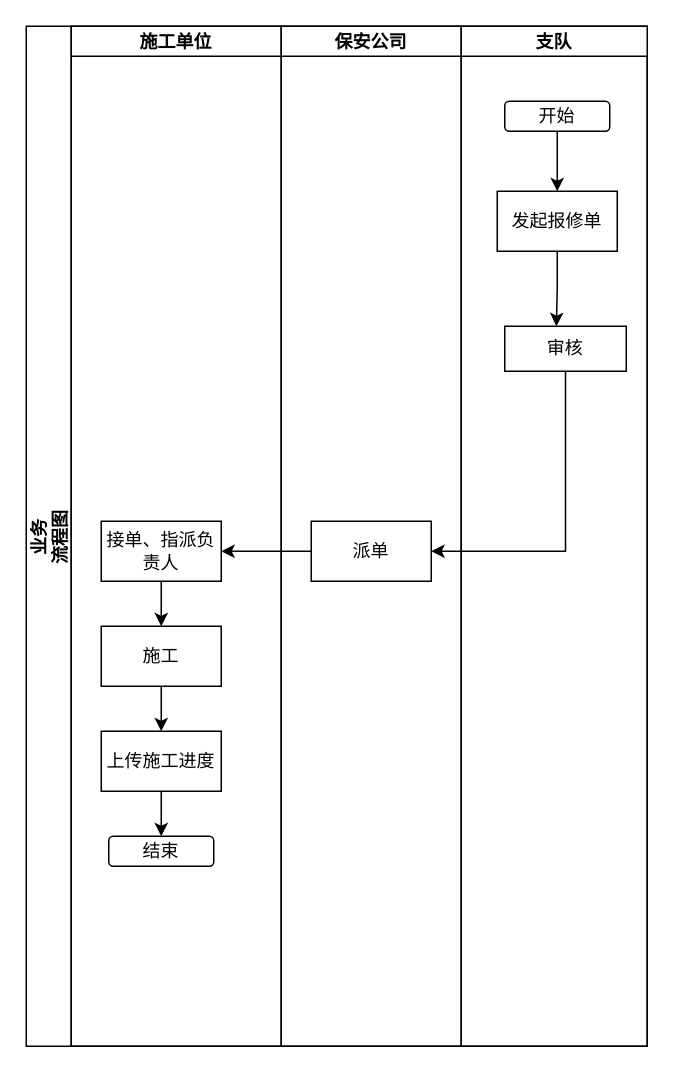
Before: 未命名绘图4444.drawio in huyongchao98/dapp, a draw.io diagram. Source tidied: cells renumbered, new cells numbered last; positions are measured from the earlier drawing's top-left corner, leaving out a move shared by most shapes. Both pictures are drawn from the tidied source at 150%, with x=0, y=0 at pixel (26, 26).
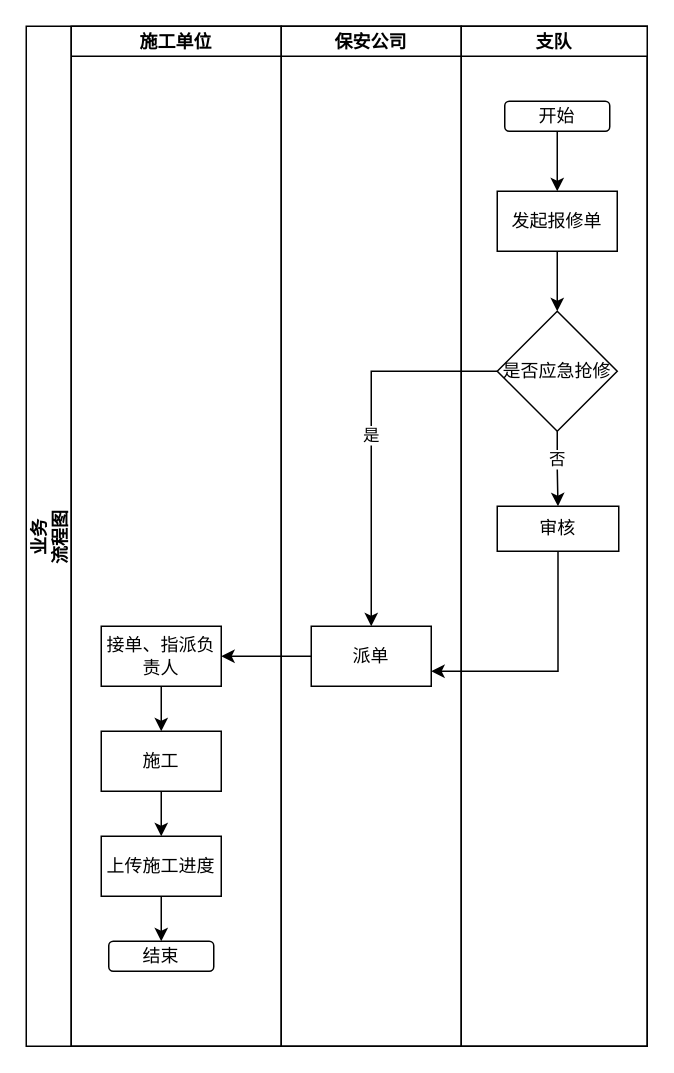
Above is the later version.

Commit message:
更新未命名绘图4444.drawio

Unchanged cells that the change refers to:
```xml
<mxCell id="2" value="业务&#10;流程图" style="swimlane;startSize=30;horizontal=0;" parent="1" vertex="1">
  <mxGeometry width="414" height="680" as="geometry" />
</mxCell>
<mxCell id="3" value="施工单位" style="swimlane;startSize=20;" parent="2" vertex="1">
  <mxGeometry x="30" width="140" height="680" as="geometry" />
</mxCell>
<mxCell id="11" value="保安公司" style="swimlane;startSize=20;" parent="2" vertex="1">
  <mxGeometry x="170" width="120" height="680" as="geometry" />
</mxCell>
<mxCell id="13" value="支队" style="swimlane;startSize=20;" parent="2" vertex="1">
  <mxGeometry x="290" width="124" height="680" as="geometry" />
</mxCell>
<mxCell id="14" value="发起报修单" style="rounded=0;whiteSpace=wrap;html=1;" parent="13" vertex="1">
  <mxGeometry x="24" y="110" width="80" height="40" as="geometry" />
</mxCell>
```

Change to the diagram source:
```diff
@@
     <mxCell id="5" value="接单、指派负责人" style="rounded=0;whiteSpace=wrap;html=1;" parent="3" vertex="1">
-      <mxGeometry x="20" y="330" width="80" height="40" as="geometry" />
+      <mxGeometry x="20" y="400" width="80" height="40" as="geometry" />
     </mxCell>
@@
     <mxCell id="7" value="施工" style="rounded=0;whiteSpace=wrap;html=1;" parent="3" vertex="1">
-      <mxGeometry x="20" y="400" width="80" height="40" as="geometry" />
+      <mxGeometry x="20" y="470" width="80" height="40" as="geometry" />
     </mxCell>
@@
     <mxCell id="9" value="上传施工进度" style="rounded=0;whiteSpace=wrap;html=1;" parent="3" vertex="1">
-      <mxGeometry x="20" y="470" width="80" height="40" as="geometry" />
+      <mxGeometry x="20" y="540" width="80" height="40" as="geometry" />
     </mxCell>
     <mxCell id="10" value="结束" style="rounded=1;whiteSpace=wrap;html=1;" parent="3" vertex="1">
-      <mxGeometry x="25" y="540" width="70" height="20" as="geometry" />
+      <mxGeometry x="25" y="610" width="70" height="20" as="geometry" />
     </mxCell>
+    <mxCell id="19" style="edgeStyle=orthogonalEdgeStyle;rounded=0;jettySize=auto;html=1;entryX=1;entryY=0.5;entryDx=0;entryDy=0;" parent="2" edge="1" source="12" target="5">
+      <mxGeometry relative="1" as="geometry" />
+    </mxCell>
@@
     <mxCell id="12" value="派单" style="rounded=0;whiteSpace=wrap;html=1;" parent="11" vertex="1">
-      <mxGeometry x="20" y="330" width="80" height="40" as="geometry" />
+      <mxGeometry x="20" y="400" width="80" height="40" as="geometry" />
     </mxCell>
@@
+    <mxCell id="18" style="edgeStyle=orthogonalEdgeStyle;rounded=0;jettySize=auto;html=1;exitX=0.5;exitY=1;exitDx=0;exitDy=0;entryX=0.5;entryY=0;entryDx=0;entryDy=0;" parent="13" edge="1" source="14" target="23">
+      <mxGeometry relative="1" as="geometry" />
+    </mxCell>
+    <mxCell id="21" style="edgeStyle=orthogonalEdgeStyle;rounded=0;jettySize=auto;html=1;exitX=0.5;exitY=1;exitDx=0;exitDy=0;entryX=0.5;entryY=0;entryDx=0;entryDy=0;" parent="13" edge="1" source="23" target="17">
+      <mxGeometry relative="1" as="geometry" />
+    </mxCell>
+    <mxCell id="22" value="否" style="edgeLabel;html=1;align=center;verticalAlign=middle;" parent="21" vertex="1">
+      <mxGeometry x="-0.29" y="-1" relative="1" as="geometry" />
+    </mxCell>
+    <mxCell id="23" value="是否应急抢修" style="rhombus;whiteSpace=wrap;html=1;" parent="13" vertex="1">
+      <mxGeometry x="24" y="190" width="80" height="80" as="geometry" />
+    </mxCell>
     <mxCell id="17" value="审核" style="rounded=0;whiteSpace=wrap;html=1;" parent="13" vertex="1">
-      <mxGeometry x="29" y="200" width="81" height="30" as="geometry" />
+      <mxGeometry x="24" y="320" width="81" height="30" as="geometry" />
     </mxCell>
-    <mxCell id="18" style="edgeStyle=orthogonalEdgeStyle;rounded=0;jettySize=auto;html=1;exitX=0.5;exitY=1;exitDx=0;exitDy=0;entryX=0.425;entryY=0;entryDx=0;entryDy=0;entryPerimeter=0;" parent="13" edge="1" source="14" target="17">
-      <mxGeometry relative="1" as="geometry" />
-    </mxCell>
-    <mxCell id="19" style="edgeStyle=orthogonalEdgeStyle;rounded=0;jettySize=auto;html=1;entryX=1;entryY=0.5;entryDx=0;entryDy=0;" parent="2" edge="1" source="12" target="5">
-      <mxGeometry relative="1" as="geometry" />
-    </mxCell>
+    <mxCell id="24" value="是" style="edgeStyle=orthogonalEdgeStyle;rounded=0;jettySize=auto;html=1;exitX=0;exitY=0.5;exitDx=0;exitDy=0;entryX=0.5;entryY=0;entryDx=0;entryDy=0;" parent="2" edge="1" source="23" target="12">
+      <mxGeometry relative="1" as="geometry" />
+    </mxCell>
-    <mxCell id="20" style="edgeStyle=orthogonalEdgeStyle;rounded=0;jettySize=auto;html=1;entryX=1;entryY=0.5;entryDx=0;entryDy=0;" parent="2" edge="1" source="17" target="12">
+    <mxCell id="20" style="edgeStyle=orthogonalEdgeStyle;rounded=0;jettySize=auto;html=1;exitX=0.5;exitY=1;exitDx=0;exitDy=0;entryX=1;entryY=0.75;entryDx=0;entryDy=0;" parent="2" edge="1" source="17" target="12">
       <mxGeometry relative="1" as="geometry">
         <Array as="points">
-          <mxPoint x="360" y="350" />
+          <mxPoint x="355" y="430" />
         </Array>
       </mxGeometry>
     </mxCell>
```
